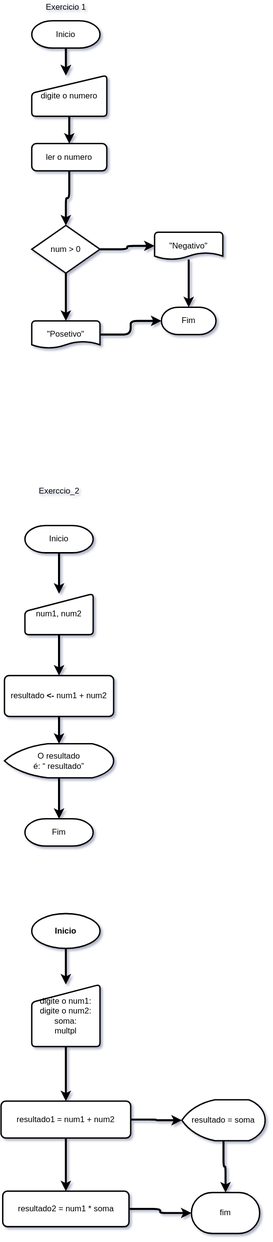
Before: exercicios/ex008b/Untitled Diagram.drawio.svg, a diagram exported from draw.io (Enoque1844/html-css). Source tidied: cells renumbered, new cells last; positions are measured from the earlier drawing's top-left corner, leaving out a move shared by most shapes.
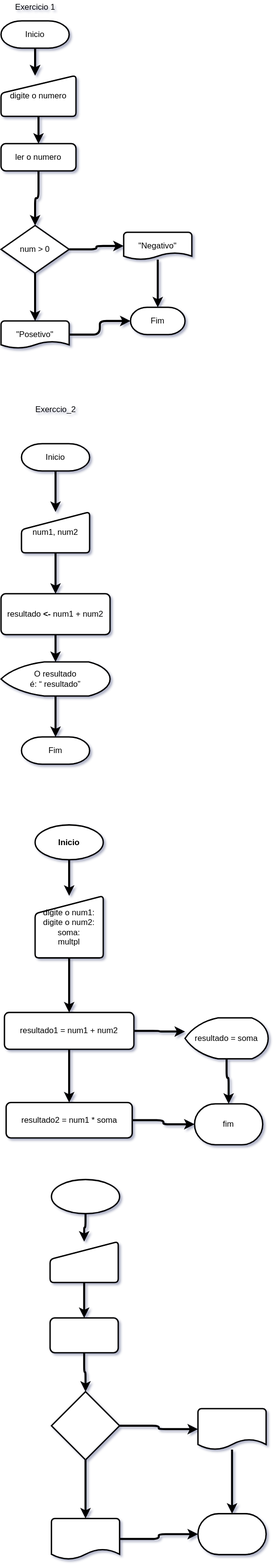
Later version of the same file.

Change to the diagram source:
```diff
@@ -6,52 +6,52 @@
       <mxGeometry relative="1" as="geometry" />
     </mxCell>
     <mxCell id="3" value="Inicio" style="strokeWidth=2;html=1;shape=mxgraph.flowchart.terminator;whiteSpace=wrap;" parent="1" vertex="1">
-      <mxGeometry x="35" y="770" width="100" height="40" as="geometry" />
+      <mxGeometry x="75" y="-100" width="100" height="40" as="geometry" />
     </mxCell>
     <mxCell id="4" style="edgeStyle=orthogonalEdgeStyle;rounded=1;jettySize=auto;html=1;entryX=0.5;entryY=0;entryDx=0;entryDy=0;strokeWidth=3;" parent="1" edge="1" source="5" target="7">
       <mxGeometry relative="1" as="geometry" />
     </mxCell>
     <mxCell id="5" value="num1, num2" style="html=1;strokeWidth=2;shape=manualInput;whiteSpace=wrap;rounded=1;size=26;arcSize=11;" parent="1" vertex="1">
-      <mxGeometry x="35" y="870" width="100" height="60" as="geometry" />
+      <mxGeometry x="75" width="100" height="60" as="geometry" />
     </mxCell>
     <mxCell id="6" style="edgeStyle=orthogonalEdgeStyle;rounded=1;jettySize=auto;html=1;entryX=0.5;entryY=0;entryDx=0;entryDy=0;entryPerimeter=0;strokeWidth=3;" parent="1" edge="1" source="7" target="9">
       <mxGeometry relative="1" as="geometry" />
     </mxCell>
     <mxCell id="7" value="resultado&amp;nbsp;&lt;b&gt;&amp;lt;-&lt;/b&gt;&amp;nbsp;num1 + num2" style="rounded=1;whiteSpace=wrap;html=1;absoluteArcSize=1;arcSize=14;strokeWidth=2;" parent="1" vertex="1">
-      <mxGeometry x="5" y="990" width="160" height="60" as="geometry" />
+      <mxGeometry x="45" y="120" width="160" height="60" as="geometry" />
     </mxCell>
     <mxCell id="8" style="edgeStyle=orthogonalEdgeStyle;rounded=1;jettySize=auto;html=1;entryX=0.5;entryY=0;entryDx=0;entryDy=0;entryPerimeter=0;strokeWidth=3;" parent="1" edge="1" source="9" target="10">
       <mxGeometry relative="1" as="geometry" />
     </mxCell>
     <mxCell id="9" value="&lt;p class=&quot;MsoNormal&quot;&gt;&lt;span style=&quot;font-family: &amp;#34;trebuchet ms&amp;#34; , sans-serif&quot;&gt;O resultado&lt;br/&gt;é: “ resultado”&lt;/span&gt;&lt;/p&gt;" style="strokeWidth=2;html=1;shape=mxgraph.flowchart.display;whiteSpace=wrap;" parent="1" vertex="1">
-      <mxGeometry x="5" y="1090" width="160" height="50" as="geometry" />
+      <mxGeometry x="45" y="220" width="160" height="50" as="geometry" />
     </mxCell>
     <mxCell id="10" value="Fim" style="strokeWidth=2;html=1;shape=mxgraph.flowchart.terminator;whiteSpace=wrap;" parent="1" vertex="1">
-      <mxGeometry x="35" y="1200" width="100" height="40" as="geometry" />
+      <mxGeometry x="75" y="330" width="100" height="40" as="geometry" />
     </mxCell>
     <mxCell id="11" value="Exerccio_2" style="text;html=1;align=center;verticalAlign=middle;strokeColor=none;fillColor=none;" parent="1" vertex="1">
-      <mxGeometry x="50" y="710" width="70" height="20" as="geometry" />
+      <mxGeometry x="90" y="-160" width="70" height="20" as="geometry" />
     </mxCell>
     <mxCell id="12" style="edgeStyle=orthogonalEdgeStyle;rounded=1;jettySize=auto;html=1;strokeWidth=3;" parent="1" edge="1" source="14">
       <mxGeometry relative="1" as="geometry">
-        <mxPoint x="95" y="110" as="targetPoint" />
+        <mxPoint x="95" y="-640" as="targetPoint" />
       </mxGeometry>
     </mxCell>
     <mxCell id="13" style="edgeStyle=orthogonalEdgeStyle;rounded=1;jettySize=auto;html=1;strokeWidth=3;" parent="1" edge="1" source="14">
       <mxGeometry relative="1" as="geometry">
-        <mxPoint x="95" y="110" as="targetPoint" />
+        <mxPoint x="95" y="-640" as="targetPoint" />
       </mxGeometry>
     </mxCell>
     <mxCell id="14" value="Inicio" style="strokeWidth=2;html=1;shape=mxgraph.flowchart.terminator;whiteSpace=wrap;" parent="1" vertex="1">
-      <mxGeometry x="45" y="30" width="100" height="40" as="geometry" />
+      <mxGeometry x="45" y="-720" width="100" height="40" as="geometry" />
     </mxCell>
     <mxCell id="15" style="edgeStyle=orthogonalEdgeStyle;rounded=1;jettySize=auto;html=1;strokeWidth=3;" parent="1" edge="1" source="16">
       <mxGeometry relative="1" as="geometry">
-        <mxPoint x="100" y="210" as="targetPoint" />
+        <mxPoint x="100" y="-540" as="targetPoint" />
       </mxGeometry>
     </mxCell>
     <mxCell id="16" value="digite o numero" style="html=1;strokeWidth=2;shape=manualInput;whiteSpace=wrap;rounded=1;size=26;arcSize=11;" parent="1" vertex="1">
-      <mxGeometry x="45" y="110" width="110" height="60" as="geometry" />
+      <mxGeometry x="45" y="-640" width="110" height="60" as="geometry" />
     </mxCell>
     <mxCell id="17" style="edgeStyle=orthogonalEdgeStyle;rounded=1;jettySize=auto;html=1;entryX=0.5;entryY=0;entryDx=0;entryDy=0;entryPerimeter=0;strokeWidth=3;" parent="1" edge="1" source="19" target="22">
       <mxGeometry relative="1" as="geometry" />
@@ -60,67 +60,113 @@
       <mxGeometry relative="1" as="geometry" />
     </mxCell>
     <mxCell id="19" value="num &amp;gt; 0" style="strokeWidth=2;html=1;shape=mxgraph.flowchart.decision;whiteSpace=wrap;" parent="1" vertex="1">
-      <mxGeometry x="45" y="330" width="100" height="70" as="geometry" />
+      <mxGeometry x="45" y="-420" width="100" height="70" as="geometry" />
     </mxCell>
     <mxCell id="20" value="Fim" style="strokeWidth=2;html=1;shape=mxgraph.flowchart.terminator;whiteSpace=wrap;" parent="1" vertex="1">
-      <mxGeometry x="235" y="450" width="80" height="40" as="geometry" />
+      <mxGeometry x="235" y="-300" width="80" height="40" as="geometry" />
     </mxCell>
     <mxCell id="21" style="edgeStyle=orthogonalEdgeStyle;rounded=1;jettySize=auto;html=1;entryX=0;entryY=0.5;entryDx=0;entryDy=0;entryPerimeter=0;strokeWidth=3;" parent="1" edge="1" source="22" target="20">
       <mxGeometry relative="1" as="geometry" />
     </mxCell>
     <mxCell id="22" value="&quot;Posetivo&quot;" style="strokeWidth=2;html=1;shape=mxgraph.flowchart.document2;whiteSpace=wrap;size=0.25;" parent="1" vertex="1">
-      <mxGeometry x="45" y="470" width="100" height="40" as="geometry" />
+      <mxGeometry x="45" y="-280" width="100" height="40" as="geometry" />
     </mxCell>
     <mxCell id="23" style="edgeStyle=orthogonalEdgeStyle;rounded=1;jettySize=auto;html=1;entryX=0.5;entryY=0;entryDx=0;entryDy=0;entryPerimeter=0;strokeWidth=3;" parent="1" edge="1" source="24" target="20">
       <mxGeometry relative="1" as="geometry" />
     </mxCell>
     <mxCell id="24" value="&quot;Negativo&quot;" style="strokeWidth=2;html=1;shape=mxgraph.flowchart.document2;whiteSpace=wrap;size=0.25;" parent="1" vertex="1">
-      <mxGeometry x="225" y="340" width="100" height="40" as="geometry" />
+      <mxGeometry x="225" y="-410" width="100" height="40" as="geometry" />
     </mxCell>
     <mxCell id="25" style="edgeStyle=orthogonalEdgeStyle;rounded=1;jettySize=auto;html=1;entryX=0.5;entryY=0;entryDx=0;entryDy=0;entryPerimeter=0;strokeWidth=3;" parent="1" edge="1" source="26" target="19">
       <mxGeometry relative="1" as="geometry" />
     </mxCell>
     <mxCell id="26" value="ler o numero" style="rounded=1;whiteSpace=wrap;html=1;absoluteArcSize=1;arcSize=14;strokeWidth=2;" parent="1" vertex="1">
-      <mxGeometry x="45" y="210" width="110" height="40" as="geometry" />
+      <mxGeometry x="45" y="-540" width="110" height="40" as="geometry" />
     </mxCell>
     <mxCell id="27" value="Exercicio 1" style="text;html=1;align=center;verticalAlign=middle;strokeColor=none;fillColor=none;" parent="1" vertex="1">
-      <mxGeometry x="60" width="70" height="20" as="geometry" />
+      <mxGeometry x="60" y="-750" width="70" height="20" as="geometry" />
     </mxCell>
     <mxCell id="28" style="edgeStyle=orthogonalEdgeStyle;rounded=1;jettySize=auto;html=1;strokeWidth=3;" parent="1" edge="1" source="29" target="32">
       <mxGeometry relative="1" as="geometry" />
     </mxCell>
     <mxCell id="29" value="digite o num1:&lt;br&gt;digite o num2:&lt;br&gt;soma:&lt;br&gt;multpl" style="html=1;strokeWidth=2;shape=manualInput;whiteSpace=wrap;rounded=1;size=26;arcSize=11;" parent="1" vertex="1">
-      <mxGeometry x="45" y="1443" width="100" height="91" as="geometry" />
+      <mxGeometry x="95" y="563" width="100" height="91" as="geometry" />
     </mxCell>
-    <mxCell id="30" style="edgeStyle=orthogonalEdgeStyle;rounded=1;jettySize=auto;html=1;strokeWidth=3;" parent="1" edge="1" source="32" target="34">
-      <mxGeometry relative="1" as="geometry" />
+    <mxCell id="30" style="edgeStyle=orthogonalEdgeStyle;rounded=1;jettySize=auto;html=1;strokeWidth=3;" parent="1" edge="1" source="32">
+      <mxGeometry relative="1" as="geometry">
+        <mxPoint x="315" y="762" as="targetPoint" />
+      </mxGeometry>
     </mxCell>
     <mxCell id="31" style="edgeStyle=orthogonalEdgeStyle;rounded=1;jettySize=auto;html=1;strokeWidth=3;" parent="1" edge="1" source="32" target="39">
       <mxGeometry relative="1" as="geometry" />
     </mxCell>
     <mxCell id="32" value="resultado1 = num1 + num2" style="rounded=1;whiteSpace=wrap;html=1;absoluteArcSize=1;arcSize=14;strokeWidth=2;" parent="1" vertex="1">
-      <mxGeometry y="1614" width="190" height="54" as="geometry" />
+      <mxGeometry x="50" y="734" width="190" height="54" as="geometry" />
     </mxCell>
-    <mxCell id="33" style="edgeStyle=orthogonalEdgeStyle;rounded=1;jettySize=auto;html=1;strokeWidth=3;" parent="1" edge="1" source="34" target="37">
-      <mxGeometry relative="1" as="geometry" />
+    <mxCell id="33" style="edgeStyle=orthogonalEdgeStyle;rounded=1;jettySize=auto;html=1;strokeWidth=3;" parent="1" edge="1" target="37">
+      <mxGeometry relative="1" as="geometry">
+        <mxPoint x="376" y="792" as="sourcePoint" />
+      </mxGeometry>
     </mxCell>
     <mxCell id="34" value="resultado = soma" style="strokeWidth=2;html=1;shape=mxgraph.flowchart.display;whiteSpace=wrap;" parent="1" vertex="1">
-      <mxGeometry x="265" y="1612" width="122" height="60" as="geometry" />
+      <mxGeometry x="315" y="742" width="122" height="60" as="geometry" />
     </mxCell>
     <mxCell id="35" style="edgeStyle=orthogonalEdgeStyle;rounded=1;jettySize=auto;html=1;strokeWidth=3;" parent="1" edge="1" source="36" target="29">
       <mxGeometry relative="1" as="geometry" />
     </mxCell>
     <mxCell id="36" value="&lt;b&gt;Inicio&lt;/b&gt;" style="strokeWidth=2;html=1;shape=mxgraph.flowchart.start_1;whiteSpace=wrap;" parent="1" vertex="1">
-      <mxGeometry x="45" y="1339" width="100" height="51" as="geometry" />
+      <mxGeometry x="95" y="459" width="100" height="51" as="geometry" />
     </mxCell>
     <mxCell id="37" value="fim" style="strokeWidth=2;html=1;shape=mxgraph.flowchart.terminator;whiteSpace=wrap;" parent="1" vertex="1">
-      <mxGeometry x="279" y="1748" width="100" height="60" as="geometry" />
+      <mxGeometry x="329" y="868" width="100" height="60" as="geometry" />
     </mxCell>
     <mxCell id="38" style="edgeStyle=orthogonalEdgeStyle;rounded=1;jettySize=auto;html=1;strokeWidth=3;" parent="1" edge="1" source="39" target="37">
       <mxGeometry relative="1" as="geometry" />
     </mxCell>
     <mxCell id="39" value="resultado2 = num1 * soma" style="rounded=1;whiteSpace=wrap;html=1;absoluteArcSize=1;arcSize=14;strokeWidth=2;" parent="1" vertex="1">
-      <mxGeometry x="2.5" y="1746" width="185" height="52" as="geometry" />
+      <mxGeometry x="52.5" y="866" width="185" height="52" as="geometry" />
     </mxCell>
+    <mxCell id="40" style="edgeStyle=orthogonalEdgeStyle;rounded=1;jettySize=auto;html=1;strokeWidth=3;" parent="1" edge="1" source="41" target="43">
+      <mxGeometry relative="1" as="geometry" />
+    </mxCell>
+    <mxCell id="41" style="strokeWidth=2;html=1;shape=mxgraph.flowchart.start_1;whiteSpace=wrap;" parent="1" vertex="1">
+      <mxGeometry x="119" y="979" width="100" height="50" as="geometry" />
+    </mxCell>
+    <mxCell id="42" style="edgeStyle=orthogonalEdgeStyle;rounded=1;jettySize=auto;html=1;strokeWidth=3;" parent="1" edge="1" source="43" target="45">
+      <mxGeometry relative="1" as="geometry" />
+    </mxCell>
+    <mxCell id="43" style="html=1;strokeWidth=2;shape=manualInput;whiteSpace=wrap;rounded=1;size=26;arcSize=11;" parent="1" vertex="1">
+      <mxGeometry x="117" y="1070" width="100" height="60" as="geometry" />
+    </mxCell>
+    <mxCell id="44" style="edgeStyle=orthogonalEdgeStyle;rounded=1;jettySize=auto;html=1;strokeWidth=3;" parent="1" edge="1" source="45" target="48">
+      <mxGeometry relative="1" as="geometry" />
+    </mxCell>
+    <mxCell id="45" style="rounded=1;whiteSpace=wrap;html=1;absoluteArcSize=1;arcSize=14;strokeWidth=2;" parent="1" vertex="1">
+      <mxGeometry x="117" y="1182" width="100" height="51" as="geometry" />
+    </mxCell>
+    <mxCell id="46" style="edgeStyle=orthogonalEdgeStyle;rounded=1;jettySize=auto;html=1;strokeWidth=3;" parent="1" edge="1" source="48" target="50">
+      <mxGeometry relative="1" as="geometry" />
+    </mxCell>
+    <mxCell id="47" style="edgeStyle=orthogonalEdgeStyle;rounded=1;jettySize=auto;html=1;strokeWidth=3;" parent="1" edge="1" source="48" target="52">
+      <mxGeometry relative="1" as="geometry" />
+    </mxCell>
+    <mxCell id="48" style="strokeWidth=2;html=1;shape=mxgraph.flowchart.decision;whiteSpace=wrap;" parent="1" vertex="1">
+      <mxGeometry x="119" y="1290" width="100" height="100" as="geometry" />
+    </mxCell>
+    <mxCell id="49" style="edgeStyle=orthogonalEdgeStyle;rounded=1;jettySize=auto;html=1;strokeWidth=3;" parent="1" edge="1" source="50" target="53">
+      <mxGeometry relative="1" as="geometry" />
+    </mxCell>
+    <mxCell id="50" style="strokeWidth=2;html=1;shape=mxgraph.flowchart.document2;whiteSpace=wrap;size=0.25;" parent="1" vertex="1">
+      <mxGeometry x="334" y="1315" width="100" height="60" as="geometry" />
+    </mxCell>
+    <mxCell id="51" style="edgeStyle=orthogonalEdgeStyle;rounded=1;jettySize=auto;html=1;entryX=0;entryY=0.5;entryDx=0;entryDy=0;entryPerimeter=0;strokeWidth=3;" parent="1" edge="1" source="52" target="53">
+      <mxGeometry relative="1" as="geometry" />
+    </mxCell>
+    <mxCell id="52" style="strokeWidth=2;html=1;shape=mxgraph.flowchart.document2;whiteSpace=wrap;size=0.25;" parent="1" vertex="1">
+      <mxGeometry x="119" y="1476" width="100" height="60" as="geometry" />
+    </mxCell>
+    <mxCell id="53" style="strokeWidth=2;html=1;shape=mxgraph.flowchart.terminator;whiteSpace=wrap;" parent="1" vertex="1">
+      <mxGeometry x="334" y="1469" width="100" height="60" as="geometry" />
+    </mxCell>
   </root>
 </mxGraphModel>
```
